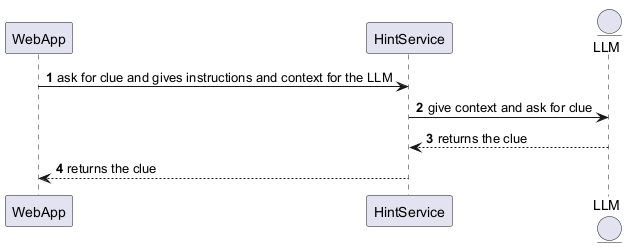
The PlantUML diagram images/Hint generation diagram.png in Arquisoft/wichat_en3a, before a commit.
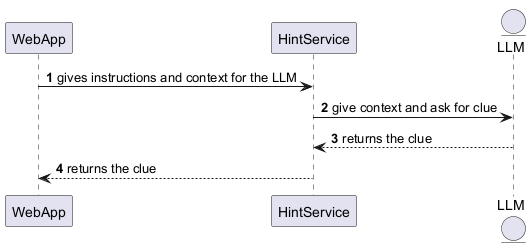
After the change.

What changed in the source:
```diff
@@ -4,7 +4,7 @@
 participant HintService
 entity LLM
 
-WebApp -> HintService: ask for clue and gives instructions and context for the LLM
+WebApp -> HintService: gives instructions and context for the LLM
 HintService -> LLM: give context and ask for clue
 LLM --> HintService: returns the clue
 HintService --> WebApp: returns the clue
```
